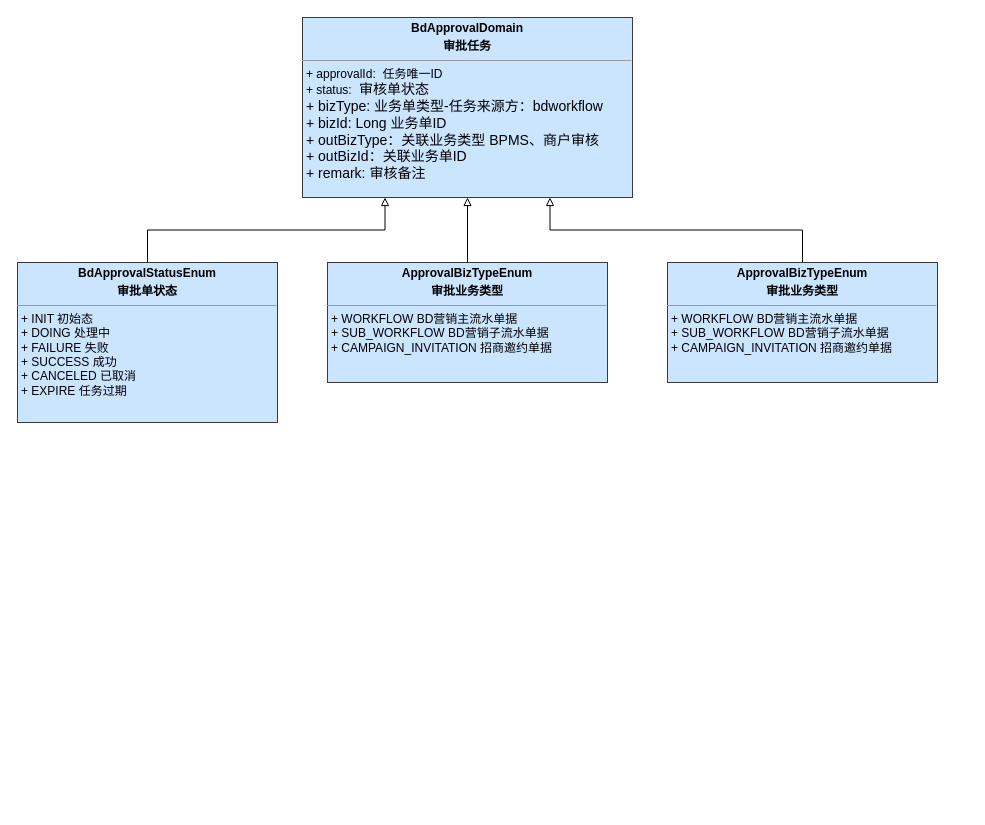
Before: page "审批任务模型" (4 of 5) of 阶梯爆红包架构方案.drawio in jon-kong/draw.io, a draw.io diagram. Source tidied: cells renumbered, new cells numbered last; positions are measured from the earlier drawing's top-left corner, leaving out a move shared by most shapes. Both pictures are drawn from the tidied source at 100%, with x=0, y=0 at pixel (17, 17).
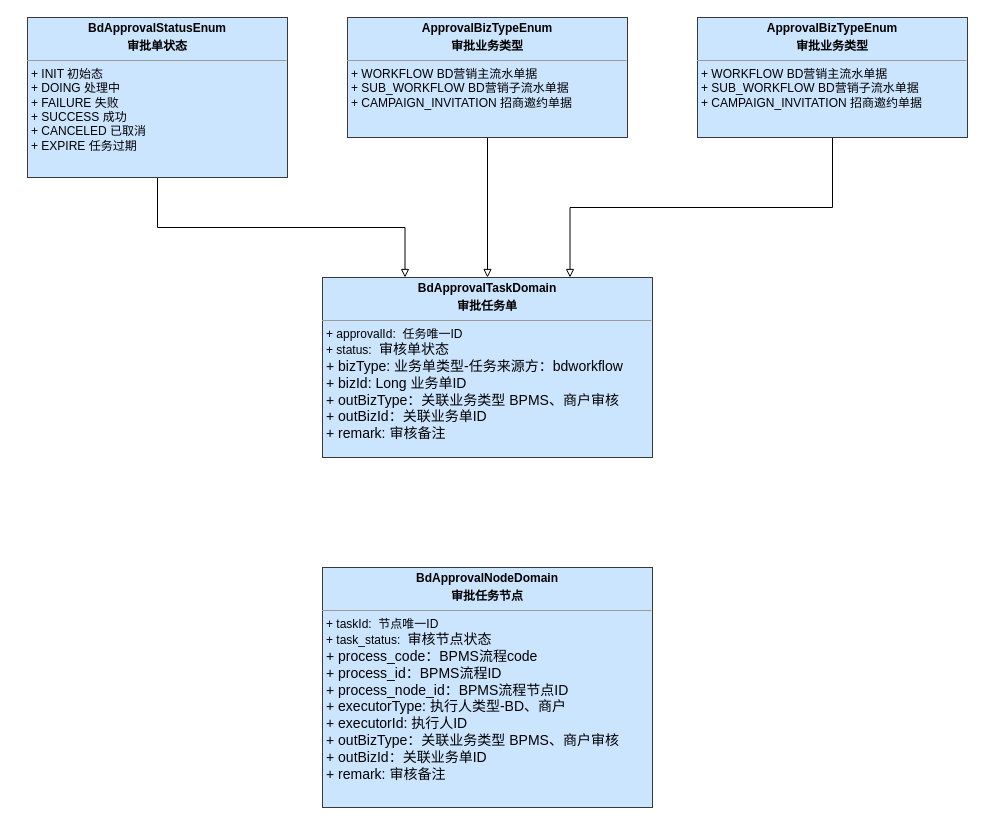
After the change.

What changed in the source:
```diff
@@
 <mxGraphModel>
   <root>
     <mxCell id="0" />
     <mxCell id="1" parent="0" />
-    <mxCell id="2" value="&lt;p style=&quot;margin:0px;margin-top:4px;text-align:center;&quot;&gt;&lt;b&gt;BdApprovalDomain&lt;/b&gt;&lt;/p&gt;&lt;p style=&quot;margin:0px;margin-top:4px;text-align:center;&quot;&gt;&lt;b&gt;审批任务&lt;/b&gt;&lt;/p&gt;&lt;hr size=&quot;1&quot;&gt;&lt;p style=&quot;margin:0px;margin-left:4px;&quot;&gt;+ approvalId:&amp;nbsp; 任务唯一ID&lt;br&gt;+ status:&amp;nbsp;&lt;span style=&quot;font-family: &amp;quot;Fira Code Retina&amp;quot;; font-size: 10.5pt;&quot;&gt;&amp;nbsp;&lt;/span&gt;&lt;span style=&quot;font-family: &amp;quot;Fira Code Retina&amp;quot;; font-size: 10.5pt;&quot;&gt;审核单状态&lt;/span&gt;&lt;/p&gt;&lt;p style=&quot;margin:0px;margin-left:4px;&quot;&gt;&lt;span style=&quot;font-family: &amp;quot;Fira Code Retina&amp;quot;; font-size: 10.5pt;&quot;&gt;+ bizType:&amp;nbsp;&lt;/span&gt;&lt;span style=&quot;font-family: &amp;quot;Fira Code Retina&amp;quot;; font-size: 10.5pt;&quot;&gt;业务单类型-任务来源方：bdworkflow&lt;/span&gt;&lt;/p&gt;&lt;p style=&quot;margin:0px;margin-left:4px;&quot;&gt;&lt;span style=&quot;font-family: &amp;quot;Fira Code Retina&amp;quot;; font-size: 10.5pt;&quot;&gt;+ bizId: Long 业务单ID&lt;/span&gt;&lt;/p&gt;&lt;p style=&quot;margin:0px;margin-left:4px;&quot;&gt;&lt;span style=&quot;font-family: &amp;quot;Fira Code Retina&amp;quot;; font-size: 10.5pt;&quot;&gt;+ outBizType：关联业务类型 BPMS、商户审核&lt;/span&gt;&lt;/p&gt;&lt;p style=&quot;margin:0px;margin-left:4px;&quot;&gt;&lt;span style=&quot;font-family: &amp;quot;Fira Code Retina&amp;quot;; font-size: 10.5pt;&quot;&gt;+ outBizId：关联业务单ID&lt;/span&gt;&lt;/p&gt;&lt;p style=&quot;margin:0px;margin-left:4px;&quot;&gt;&lt;span style=&quot;font-family: &amp;quot;Fira Code Retina&amp;quot;; font-size: 10.5pt;&quot;&gt;+ remark: 审核备注&lt;/span&gt;&lt;/p&gt;&lt;p style=&quot;margin:0px;margin-left:4px;&quot;&gt;&lt;br&gt;&lt;/p&gt;" style="verticalAlign=top;align=left;overflow=fill;fontSize=12;fontFamily=Helvetica;html=1;rounded=0;fillColor=#cce5ff;strokeColor=#36393d;" parent="1" vertex="1">
-      <mxGeometry x="285" width="330" height="180" as="geometry" />
+    <mxCell id="2" value="&lt;p style=&quot;margin:0px;margin-top:4px;text-align:center;&quot;&gt;&lt;b&gt;BdApprovalTaskDomain&lt;/b&gt;&lt;/p&gt;&lt;p style=&quot;margin:0px;margin-top:4px;text-align:center;&quot;&gt;&lt;b&gt;审批任务单&lt;/b&gt;&lt;/p&gt;&lt;hr size=&quot;1&quot;&gt;&lt;p style=&quot;margin:0px;margin-left:4px;&quot;&gt;+ approvalId:&amp;nbsp; 任务唯一ID&lt;br&gt;+ status:&amp;nbsp;&lt;span style=&quot;font-family: &amp;quot;Fira Code Retina&amp;quot;; font-size: 10.5pt;&quot;&gt;&amp;nbsp;&lt;/span&gt;&lt;span style=&quot;font-family: &amp;quot;Fira Code Retina&amp;quot;; font-size: 10.5pt;&quot;&gt;审核单状态&lt;/span&gt;&lt;/p&gt;&lt;p style=&quot;margin:0px;margin-left:4px;&quot;&gt;&lt;span style=&quot;font-family: &amp;quot;Fira Code Retina&amp;quot;; font-size: 10.5pt;&quot;&gt;+ bizType:&amp;nbsp;&lt;/span&gt;&lt;span style=&quot;font-family: &amp;quot;Fira Code Retina&amp;quot;; font-size: 10.5pt;&quot;&gt;业务单类型-任务来源方：bdworkflow&lt;/span&gt;&lt;/p&gt;&lt;p style=&quot;margin:0px;margin-left:4px;&quot;&gt;&lt;span style=&quot;font-family: &amp;quot;Fira Code Retina&amp;quot;; font-size: 10.5pt;&quot;&gt;+ bizId: Long 业务单ID&lt;/span&gt;&lt;/p&gt;&lt;p style=&quot;margin:0px;margin-left:4px;&quot;&gt;&lt;span style=&quot;font-family: &amp;quot;Fira Code Retina&amp;quot;; font-size: 10.5pt;&quot;&gt;+ outBizType：关联业务类型 BPMS、商户审核&lt;/span&gt;&lt;/p&gt;&lt;p style=&quot;margin:0px;margin-left:4px;&quot;&gt;&lt;span style=&quot;font-family: &amp;quot;Fira Code Retina&amp;quot;; font-size: 10.5pt;&quot;&gt;+ outBizId：关联业务单ID&lt;/span&gt;&lt;/p&gt;&lt;p style=&quot;margin:0px;margin-left:4px;&quot;&gt;&lt;span style=&quot;font-family: &amp;quot;Fira Code Retina&amp;quot;; font-size: 10.5pt;&quot;&gt;+ remark: 审核备注&lt;/span&gt;&lt;/p&gt;&lt;p style=&quot;margin:0px;margin-left:4px;&quot;&gt;&lt;br&gt;&lt;/p&gt;" style="verticalAlign=top;align=left;overflow=fill;fontSize=12;fontFamily=Helvetica;html=1;rounded=0;fillColor=#cce5ff;strokeColor=#36393d;" parent="1" vertex="1">
+      <mxGeometry x="305" y="260" width="330" height="180" as="geometry" />
     </mxCell>
-    <mxCell id="3" style="edgeStyle=orthogonalEdgeStyle;rounded=0;jettySize=auto;html=1;exitX=0.5;exitY=0;exitDx=0;exitDy=0;entryX=0.25;entryY=1;entryDx=0;entryDy=0;endArrow=block;endFill=0;" parent="1" edge="1" source="4" target="2">
+    <mxCell id="3" style="edgeStyle=orthogonalEdgeStyle;rounded=0;jettySize=auto;html=1;exitX=0.5;exitY=1;exitDx=0;exitDy=0;entryX=0.25;entryY=0;entryDx=0;entryDy=0;endArrow=block;endFill=0;" parent="1" edge="1" source="4" target="2">
       <mxGeometry relative="1" as="geometry" />
     </mxCell>
     <mxCell id="4" value="&lt;p style=&quot;margin:0px;margin-top:4px;text-align:center;&quot;&gt;&lt;b&gt;BdApprovalStatusEnum&lt;/b&gt;&lt;/p&gt;&lt;p style=&quot;margin:0px;margin-top:4px;text-align:center;&quot;&gt;&lt;b&gt;审批单状态&lt;/b&gt;&lt;/p&gt;&lt;hr size=&quot;1&quot;&gt;&lt;p style=&quot;margin:0px;margin-left:4px;&quot;&gt;+ INIT 初始态&lt;/p&gt;&lt;p style=&quot;margin:0px;margin-left:4px;&quot;&gt;+ DOING 处理中&lt;/p&gt;&lt;p style=&quot;margin:0px;margin-left:4px;&quot;&gt;+ FAILURE 失败&lt;/p&gt;&lt;p style=&quot;margin:0px;margin-left:4px;&quot;&gt;+ SUCCESS 成功&lt;/p&gt;&lt;p style=&quot;margin:0px;margin-left:4px;&quot;&gt;+ CANCELED 已取消&lt;/p&gt;&lt;p style=&quot;margin:0px;margin-left:4px;&quot;&gt;+ EXPIRE 任务过期&lt;/p&gt;" style="verticalAlign=top;align=left;overflow=fill;fontSize=12;fontFamily=Helvetica;html=1;rounded=0;fillColor=#cce5ff;strokeColor=#36393d;" parent="1" vertex="1">
-      <mxGeometry y="245" width="260" height="160" as="geometry" />
+      <mxGeometry x="10" width="260" height="160" as="geometry" />
     </mxCell>
-    <mxCell id="5" style="edgeStyle=orthogonalEdgeStyle;rounded=0;jettySize=auto;html=1;exitX=0.5;exitY=0;exitDx=0;exitDy=0;entryX=0.75;entryY=1;entryDx=0;entryDy=0;endArrow=block;endFill=0;" parent="1" edge="1" source="6" target="2">
+    <mxCell id="5" style="edgeStyle=orthogonalEdgeStyle;rounded=0;jettySize=auto;html=1;exitX=0.5;exitY=1;exitDx=0;exitDy=0;entryX=0.75;entryY=0;entryDx=0;entryDy=0;endArrow=block;endFill=0;" parent="1" edge="1" source="6" target="2">
       <mxGeometry relative="1" as="geometry" />
     </mxCell>
     <mxCell id="6" value="&lt;p style=&quot;margin:0px;margin-top:4px;text-align:center;&quot;&gt;&lt;b&gt;ApprovalBizTypeEnum&lt;/b&gt;&lt;/p&gt;&lt;p style=&quot;margin:0px;margin-top:4px;text-align:center;&quot;&gt;&lt;b&gt;审批业务类型&lt;/b&gt;&lt;/p&gt;&lt;hr size=&quot;1&quot;&gt;&lt;p style=&quot;margin:0px;margin-left:4px;&quot;&gt;+ WORKFLOW BD营销主流水单据&lt;/p&gt;&lt;p style=&quot;margin:0px;margin-left:4px;&quot;&gt;+ SUB_WORKFLOW BD营销子流水单据&lt;/p&gt;&lt;p style=&quot;margin:0px;margin-left:4px;&quot;&gt;+ CAMPAIGN_INVITATION 招商邀约单据&lt;/p&gt;" style="verticalAlign=top;align=left;overflow=fill;fontSize=12;fontFamily=Helvetica;html=1;rounded=0;fillColor=#cce5ff;strokeColor=#36393d;" parent="1" vertex="1">
-      <mxGeometry x="650" y="245" width="270" height="120" as="geometry" />
+      <mxGeometry x="680" width="270" height="120" as="geometry" />
     </mxCell>
-    <mxCell id="7" style="edgeStyle=orthogonalEdgeStyle;rounded=0;jettySize=auto;html=1;exitX=0.5;exitY=0;exitDx=0;exitDy=0;entryX=0.5;entryY=1;entryDx=0;entryDy=0;endArrow=block;endFill=0;" parent="1" edge="1" source="8" target="2">
+    <mxCell id="7" style="edgeStyle=orthogonalEdgeStyle;rounded=0;jettySize=auto;html=1;exitX=0.5;exitY=1;exitDx=0;exitDy=0;endArrow=block;endFill=0;" parent="1" edge="1" source="8" target="2">
       <mxGeometry relative="1" as="geometry" />
     </mxCell>
     <mxCell id="8" value="&lt;p style=&quot;margin:0px;margin-top:4px;text-align:center;&quot;&gt;&lt;b&gt;ApprovalBizTypeEnum&lt;/b&gt;&lt;/p&gt;&lt;p style=&quot;margin:0px;margin-top:4px;text-align:center;&quot;&gt;&lt;b&gt;审批业务类型&lt;/b&gt;&lt;/p&gt;&lt;hr size=&quot;1&quot;&gt;&lt;p style=&quot;margin:0px;margin-left:4px;&quot;&gt;+ WORKFLOW BD营销主流水单据&lt;/p&gt;&lt;p style=&quot;margin:0px;margin-left:4px;&quot;&gt;+ SUB_WORKFLOW BD营销子流水单据&lt;/p&gt;&lt;p style=&quot;margin:0px;margin-left:4px;&quot;&gt;+ CAMPAIGN_INVITATION 招商邀约单据&lt;/p&gt;" style="verticalAlign=top;align=left;overflow=fill;fontSize=12;fontFamily=Helvetica;html=1;rounded=0;fillColor=#cce5ff;strokeColor=#36393d;" parent="1" vertex="1">
-      <mxGeometry x="310" y="245" width="280" height="120" as="geometry" />
+      <mxGeometry x="330" width="280" height="120" as="geometry" />
     </mxCell>
+    <mxCell id="9" value="&lt;p style=&quot;margin:0px;margin-top:4px;text-align:center;&quot;&gt;&lt;b&gt;BdApprovalNodeDomain&lt;/b&gt;&lt;/p&gt;&lt;p style=&quot;margin:0px;margin-top:4px;text-align:center;&quot;&gt;&lt;b&gt;审批任务节点&lt;/b&gt;&lt;/p&gt;&lt;hr size=&quot;1&quot;&gt;&lt;p style=&quot;margin:0px;margin-left:4px;&quot;&gt;+ taskId:&amp;nbsp; 节点唯一ID&lt;br&gt;+ task_status:&amp;nbsp;&lt;span style=&quot;font-family: &amp;quot;Fira Code Retina&amp;quot;; font-size: 10.5pt;&quot;&gt;&amp;nbsp;&lt;/span&gt;&lt;span style=&quot;font-family: &amp;quot;Fira Code Retina&amp;quot;; font-size: 10.5pt;&quot;&gt;审核节点状态&lt;/span&gt;&lt;/p&gt;&lt;p style=&quot;margin:0px;margin-left:4px;&quot;&gt;&lt;span style=&quot;font-family: &amp;quot;Fira Code Retina&amp;quot;; font-size: 10.5pt;&quot;&gt;+ process_code：BPMS流程code&lt;/span&gt;&lt;/p&gt;&lt;p style=&quot;margin:0px;margin-left:4px;&quot;&gt;&lt;span style=&quot;font-family: &amp;quot;Fira Code Retina&amp;quot;; font-size: 14px;&quot;&gt;+ process_id：BPMS流程ID&lt;/span&gt;&lt;span style=&quot;font-family: &amp;quot;Fira Code Retina&amp;quot;; font-size: 10.5pt;&quot;&gt;&lt;br&gt;&lt;/span&gt;&lt;/p&gt;&lt;p style=&quot;margin:0px;margin-left:4px;&quot;&gt;&lt;span style=&quot;font-family: &amp;quot;Fira Code Retina&amp;quot;; font-size: 14px;&quot;&gt;+ process_node_id：BPMS流程节点ID&lt;/span&gt;&lt;span style=&quot;font-family: &amp;quot;Fira Code Retina&amp;quot;; font-size: 14px;&quot;&gt;&lt;br&gt;&lt;/span&gt;&lt;/p&gt;&lt;p style=&quot;margin:0px;margin-left:4px;&quot;&gt;&lt;span style=&quot;font-family: &amp;quot;Fira Code Retina&amp;quot;; font-size: 10.5pt;&quot;&gt;+ executorType:&amp;nbsp;&lt;/span&gt;&lt;span style=&quot;font-family: &amp;quot;Fira Code Retina&amp;quot;; font-size: 10.5pt;&quot;&gt;执行人类型-BD、商户&lt;/span&gt;&lt;/p&gt;&lt;p style=&quot;margin:0px;margin-left:4px;&quot;&gt;&lt;span style=&quot;font-family: &amp;quot;Fira Code Retina&amp;quot;; font-size: 10.5pt;&quot;&gt;+ executorId: 执行人ID&lt;/span&gt;&lt;/p&gt;&lt;p style=&quot;margin:0px;margin-left:4px;&quot;&gt;&lt;span style=&quot;font-family: &amp;quot;Fira Code Retina&amp;quot;; font-size: 10.5pt;&quot;&gt;+ outBizType：关联业务类型 BPMS、商户审核&lt;/span&gt;&lt;/p&gt;&lt;p style=&quot;margin:0px;margin-left:4px;&quot;&gt;&lt;span style=&quot;font-family: &amp;quot;Fira Code Retina&amp;quot;; font-size: 10.5pt;&quot;&gt;+ outBizId：关联业务单ID&lt;/span&gt;&lt;/p&gt;&lt;p style=&quot;margin:0px;margin-left:4px;&quot;&gt;&lt;span style=&quot;font-family: &amp;quot;Fira Code Retina&amp;quot;; font-size: 10.5pt;&quot;&gt;+ remark: 审核备注&lt;/span&gt;&lt;/p&gt;&lt;p style=&quot;margin:0px;margin-left:4px;&quot;&gt;&lt;br&gt;&lt;/p&gt;" style="verticalAlign=top;align=left;overflow=fill;fontSize=12;fontFamily=Helvetica;html=1;rounded=0;fillColor=#cce5ff;strokeColor=#36393d;" parent="1" vertex="1">
+      <mxGeometry x="305" y="550" width="330" height="240" as="geometry" />
+    </mxCell>
   </root>
 </mxGraphModel>
```
